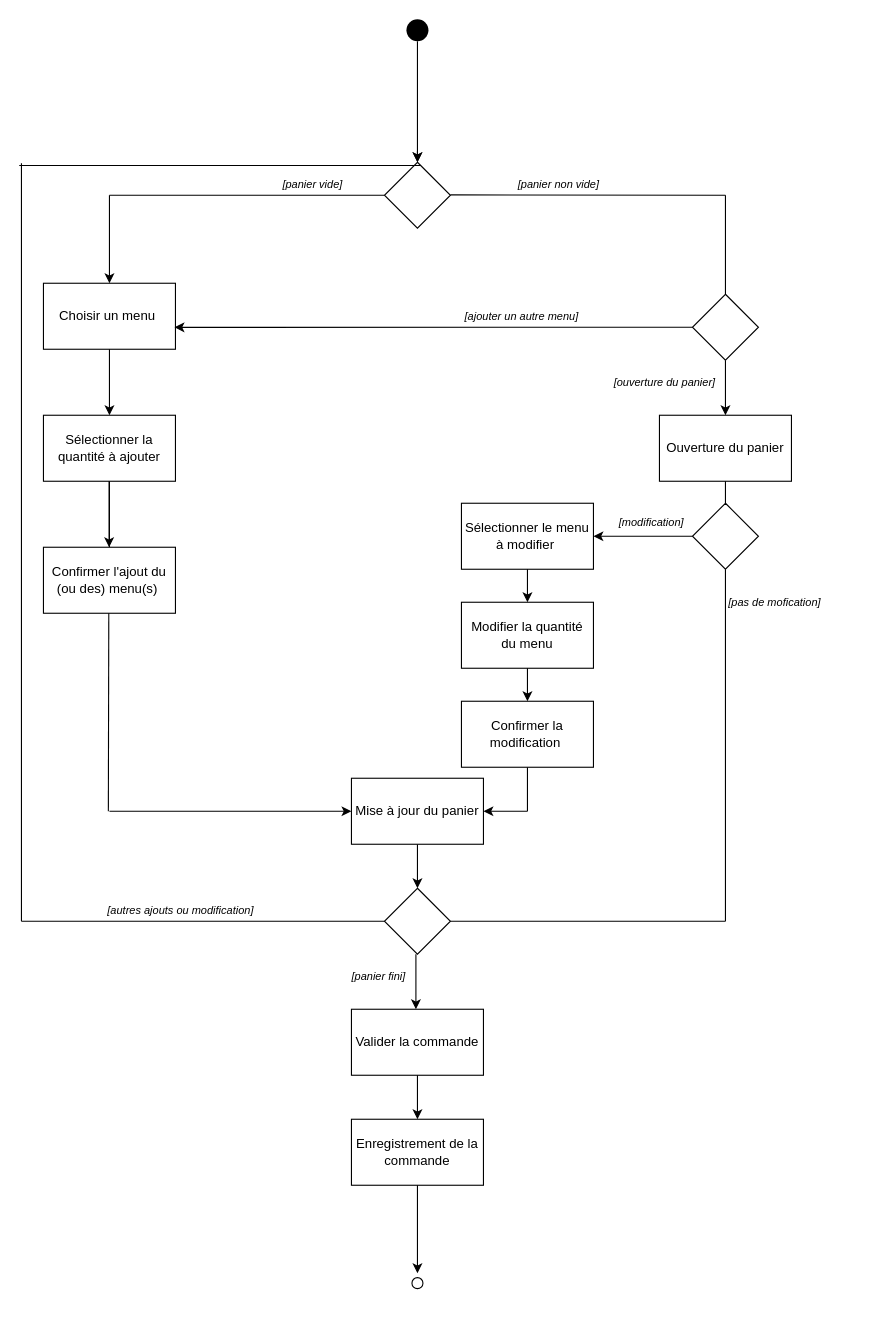
This is diagrammes/diagramme_activite_commande.drawio from TheAIWizard/Ensaeats, a draw.io file, before an edit. Source tidied: cells renumbered, new cells numbered last; positions are measured from the earlier drawing's top-left corner, leaving out a move shared by most shapes. Both pictures are drawn from the tidied source at 110%, with x=0, y=0 at pixel (19, 19).
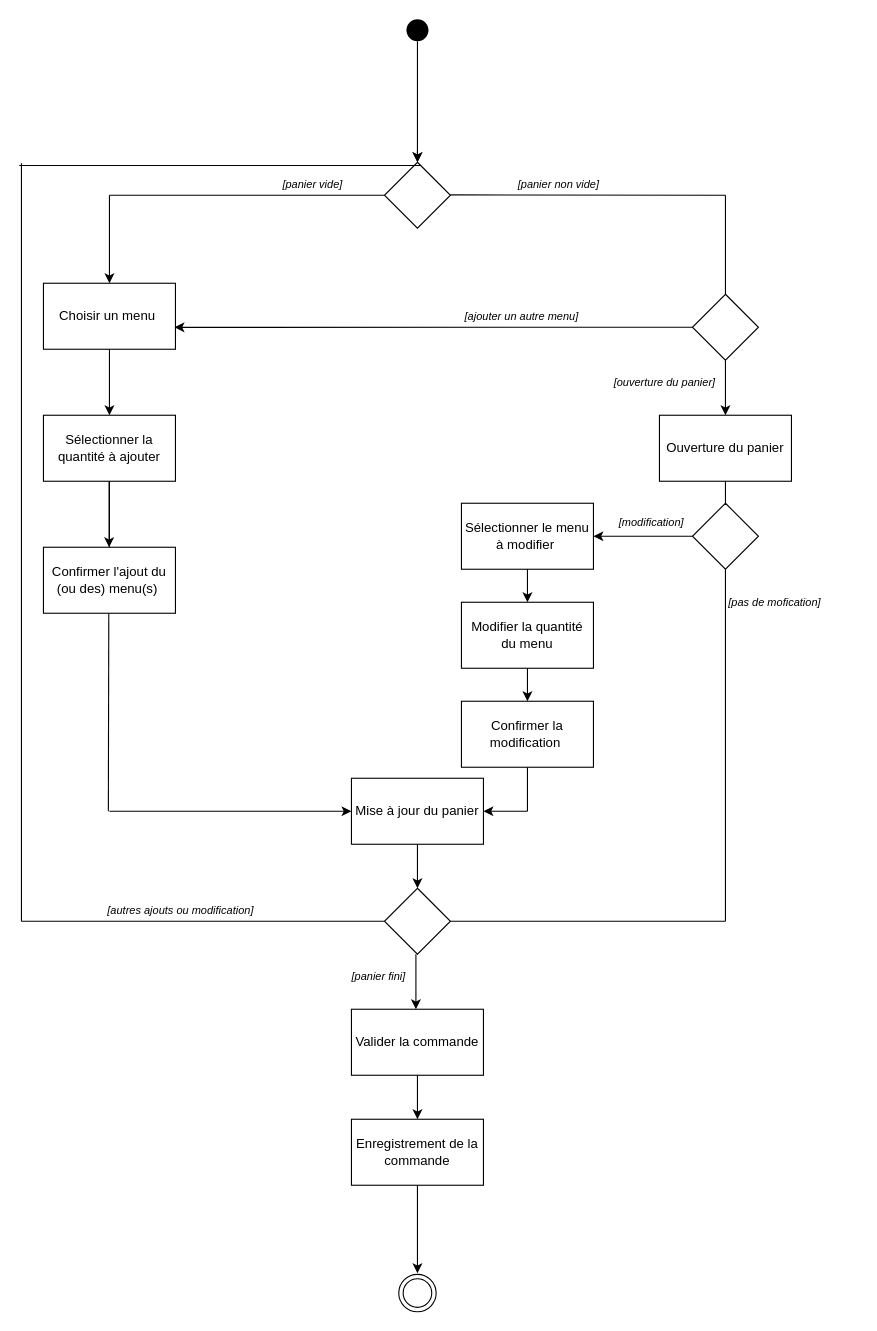
The same diagram, later.

Diff of the diagram source:
```diff
@@
+    <mxCell id="55" style="ellipse;shape=doubleEllipse;html=1;dashed=0;whitespace=wrap;" parent="1" vertex="1">
+      <mxGeometry x="345" y="1141" width="34" height="34" as="geometry" />
+    </mxCell>
```
